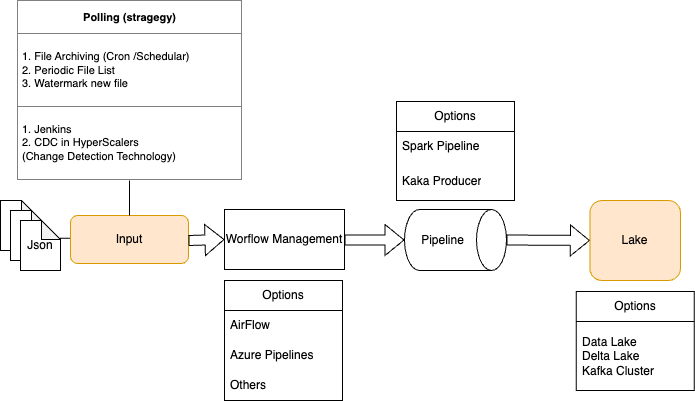
This is architecture2.png from j-thepac/EuroAssignment, a draw.io export, as it was before one commit. Source tidied: cells renumbered, new cells last; positions are measured from the earlier drawing's top-left corner, leaving out a move shared by most shapes. Its diagram source:
```xml
<mxGraphModel>
  <root>
    <mxCell id="0" />
    <mxCell id="1" parent="0" />
    <mxCell id="2" style="endArrow=classic;html=1;rounded=0;entryX=0;entryY=0.5;entryDx=0;entryDy=0;" parent="1" edge="1">
      <mxGeometry relative="1" as="geometry">
        <mxPoint x="20" y="238" as="sourcePoint" />
        <mxPoint x="130" y="237.5" as="targetPoint" />
      </mxGeometry>
    </mxCell>
    <mxCell id="3" style="shape=note;whiteSpace=wrap;html=1;backgroundOutline=1;darkOpacity=0.05;size=19;" parent="1" vertex="1">
      <mxGeometry y="200" width="40" height="50" as="geometry" />
    </mxCell>
    <mxCell id="4" style="shape=note;whiteSpace=wrap;html=1;backgroundOutline=1;darkOpacity=0.05;size=19;" parent="1" vertex="1">
      <mxGeometry x="10" y="210" width="40" height="50" as="geometry" />
    </mxCell>
    <mxCell id="5" value="Json" style="shape=note;whiteSpace=wrap;html=1;backgroundOutline=1;darkOpacity=0.05;size=19;" parent="1" vertex="1">
      <mxGeometry x="20" y="220" width="40" height="50" as="geometry" />
    </mxCell>
    <mxCell id="6" value="Input" style="rounded=1;whiteSpace=wrap;html=1;fillColor=#ffe6cc;strokeColor=#d79b00;" parent="1" vertex="1">
      <mxGeometry x="70" y="215" width="118" height="48" as="geometry" />
    </mxCell>
    <mxCell id="7" style="shape=flexArrow;endArrow=classic;html=1;rounded=0;entryX=0;entryY=0.5;entryDx=0;entryDy=0;exitX=0.5;exitY=0;exitDx=0;exitDy=0;exitPerimeter=0;" parent="1" edge="1" source="17" target="8">
      <mxGeometry relative="1" as="geometry" />
    </mxCell>
    <mxCell id="8" value="Lake" style="rounded=1;whiteSpace=wrap;html=1;fillColor=#ffe6cc;strokeColor=#d79b00;" parent="1" vertex="1">
      <mxGeometry x="589.4" y="200" width="90.6" height="80" as="geometry" />
    </mxCell>
    <mxCell id="9" value="&lt;table border=&quot;1&quot; width=&quot;100%&quot; height=&quot;100%&quot; cellpadding=&quot;4&quot; style=&quot;width: 100%; height: 100%; border-collapse: collapse; font-size: 11px;&quot;&gt;&lt;tbody&gt;&lt;tr&gt;&lt;th align=&quot;center&quot;&gt;&lt;b&gt;&lt;font style=&quot;font-size: 11px;&quot;&gt;Polling (stragegy)&lt;/font&gt;&lt;/b&gt;&lt;/th&gt;&lt;/tr&gt;&lt;tr&gt;&lt;td&gt;&lt;font style=&quot;font-size: 11px;&quot;&gt;1. File Archiving (Cron /Schedular)&amp;nbsp;&lt;br&gt;2. Periodic File List&amp;nbsp;&amp;nbsp;&lt;br&gt;3. Watermark new file&lt;/font&gt;&lt;/td&gt;&lt;/tr&gt;&lt;tr&gt;&lt;td&gt;&lt;font style=&quot;font-size: 11px;&quot;&gt;1. Jenkins&lt;br&gt;2. CDC in HyperScalers&lt;br&gt;(Change Detection Technology)&lt;/font&gt;&lt;/td&gt;&lt;/tr&gt;&lt;/tbody&gt;&lt;/table&gt;" style="text;html=1;whiteSpace=wrap;strokeColor=none;fillColor=none;overflow=fill;" parent="1" vertex="1">
      <mxGeometry x="16.5" width="225" height="180" as="geometry" />
    </mxCell>
    <mxCell id="10" style="endArrow=none;html=1;rounded=0;entryX=0.5;entryY=1;entryDx=0;entryDy=0;exitX=0.5;exitY=0;exitDx=0;exitDy=0;" parent="1" edge="1" source="6" target="9">
      <mxGeometry relative="1" as="geometry" />
    </mxCell>
    <mxCell id="11" style="shape=flexArrow;endArrow=classic;html=1;rounded=0;entryX=0;entryY=0.5;entryDx=0;entryDy=0;" parent="1" edge="1" target="12">
      <mxGeometry relative="1" as="geometry">
        <mxPoint x="188" y="240" as="sourcePoint" />
      </mxGeometry>
    </mxCell>
    <mxCell id="12" value="Worflow Management" style="rounded=0;whiteSpace=wrap;html=1;" parent="1" vertex="1">
      <mxGeometry x="224" y="209" width="120" height="60" as="geometry" />
    </mxCell>
    <mxCell id="13" value="Options" style="swimlane;fontStyle=0;horizontal=1;startSize=30;whiteSpace=wrap;html=1;" parent="1" vertex="1">
      <mxGeometry x="224" y="280" width="118" height="120" as="geometry" />
    </mxCell>
    <mxCell id="14" value="AirFlow" style="text;strokeColor=none;fillColor=none;align=left;verticalAlign=middle;spacingLeft=4;spacingRight=4;overflow=hidden;whiteSpace=wrap;html=1;" parent="13" vertex="1">
      <mxGeometry y="30" width="118" height="30" as="geometry" />
    </mxCell>
    <mxCell id="15" value="Azure Pipelines" style="text;strokeColor=none;fillColor=none;align=left;verticalAlign=middle;spacingLeft=4;spacingRight=4;overflow=hidden;whiteSpace=wrap;html=1;" parent="13" vertex="1">
      <mxGeometry y="60" width="118" height="30" as="geometry" />
    </mxCell>
    <mxCell id="16" value="Others" style="text;strokeColor=none;fillColor=none;align=left;verticalAlign=middle;spacingLeft=4;spacingRight=4;overflow=hidden;whiteSpace=wrap;html=1;" parent="13" vertex="1">
      <mxGeometry y="90" width="118" height="30" as="geometry" />
    </mxCell>
    <mxCell id="17" value="Pipeline" style="shape=cylinder3;whiteSpace=wrap;html=1;boundedLbl=1;backgroundOutline=1;size=15;direction=south;" parent="1" vertex="1">
      <mxGeometry x="404" y="209" width="102" height="61" as="geometry" />
    </mxCell>
    <mxCell id="18" style="shape=flexArrow;endArrow=classic;html=1;rounded=0;entryX=0.5;entryY=1;entryDx=0;entryDy=0;entryPerimeter=0;" parent="1" edge="1" target="17">
      <mxGeometry relative="1" as="geometry">
        <mxPoint x="344" y="239.5" as="sourcePoint" />
      </mxGeometry>
    </mxCell>
    <mxCell id="19" value="Options" style="swimlane;fontStyle=0;horizontal=1;startSize=30;whiteSpace=wrap;html=1;" parent="1" vertex="1">
      <mxGeometry x="396" y="101" width="118" height="99" as="geometry" />
    </mxCell>
    <mxCell id="20" value="Spark Pipeline" style="text;strokeColor=none;fillColor=none;align=left;verticalAlign=middle;spacingLeft=4;spacingRight=4;overflow=hidden;whiteSpace=wrap;html=1;" parent="19" vertex="1">
      <mxGeometry y="30" width="118" height="30" as="geometry" />
    </mxCell>
    <mxCell id="21" value="Kaka Producer" style="text;strokeColor=none;fillColor=none;align=left;verticalAlign=middle;spacingLeft=4;spacingRight=4;overflow=hidden;whiteSpace=wrap;html=1;" parent="19" vertex="1">
      <mxGeometry y="60" width="118" height="39" as="geometry" />
    </mxCell>
    <mxCell id="22" value="Options" style="swimlane;fontStyle=0;horizontal=1;startSize=30;whiteSpace=wrap;html=1;" parent="1" vertex="1">
      <mxGeometry x="575.7" y="291" width="118" height="99" as="geometry" />
    </mxCell>
    <mxCell id="23" value="Data Lake&lt;br&gt;Delta Lake&lt;br&gt;Kafka Cluster" style="text;strokeColor=none;fillColor=none;align=left;verticalAlign=middle;spacingLeft=4;spacingRight=4;overflow=hidden;whiteSpace=wrap;html=1;" parent="22" vertex="1">
      <mxGeometry y="30" width="118" height="69" as="geometry" />
    </mxCell>
  </root>
</mxGraphModel>
```
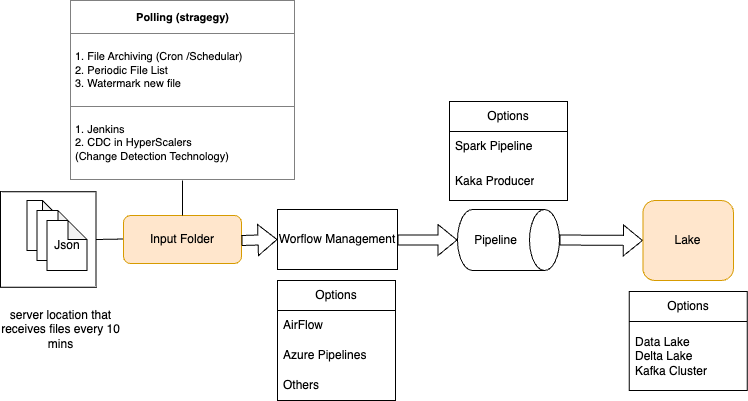
Above is the later version.

Change to the diagram source:
```diff
@@ -1,23 +1,25 @@
-<mxGraphModel>
+<mxGraphModel background="#ffffff">
   <root>
     <mxCell id="0" />
     <mxCell id="1" parent="0" />
+    <mxCell id="24" style="whiteSpace=wrap;html=1;" parent="1" vertex="1">
+      <mxGeometry x="-53" y="191.2" width="95.5" height="95.5" as="geometry" />
+    </mxCell>
-    <mxCell id="2" style="endArrow=classic;html=1;rounded=0;entryX=0;entryY=0.5;entryDx=0;entryDy=0;" parent="1" edge="1">
+    <mxCell id="2" style="endArrow=classic;html=1;rounded=0;entryX=0;entryY=0.5;entryDx=0;entryDy=0;exitX=1;exitY=0.5;exitDx=0;exitDy=0;" parent="1" edge="1" source="24">
       <mxGeometry relative="1" as="geometry">
-        <mxPoint x="20" y="238" as="sourcePoint" />
         <mxPoint x="130" y="237.5" as="targetPoint" />
       </mxGeometry>
     </mxCell>
     <mxCell id="3" style="shape=note;whiteSpace=wrap;html=1;backgroundOutline=1;darkOpacity=0.05;size=19;" parent="1" vertex="1">
-      <mxGeometry y="200" width="40" height="50" as="geometry" />
+      <mxGeometry x="-26.5" y="200" width="34.5" height="50" as="geometry" />
     </mxCell>
     <mxCell id="4" style="shape=note;whiteSpace=wrap;html=1;backgroundOutline=1;darkOpacity=0.05;size=19;" parent="1" vertex="1">
-      <mxGeometry x="10" y="210" width="40" height="50" as="geometry" />
+      <mxGeometry x="-16.5" y="210" width="40" height="50" as="geometry" />
     </mxCell>
     <mxCell id="5" value="Json" style="shape=note;whiteSpace=wrap;html=1;backgroundOutline=1;darkOpacity=0.05;size=19;" parent="1" vertex="1">
-      <mxGeometry x="20" y="220" width="40" height="50" as="geometry" />
+      <mxGeometry x="-6.5" y="220" width="40" height="50" as="geometry" />
     </mxCell>
-    <mxCell id="6" value="Input" style="rounded=1;whiteSpace=wrap;html=1;fillColor=#ffe6cc;strokeColor=#d79b00;" parent="1" vertex="1">
+    <mxCell id="6" value="Input Folder" style="rounded=1;whiteSpace=wrap;html=1;fillColor=#ffe6cc;strokeColor=#d79b00;" parent="1" vertex="1">
       <mxGeometry x="70" y="215" width="118" height="48" as="geometry" />
     </mxCell>
     <mxCell id="7" style="shape=flexArrow;endArrow=classic;html=1;rounded=0;entryX=0;entryY=0.5;entryDx=0;entryDy=0;exitX=0.5;exitY=0;exitDx=0;exitDy=0;exitPerimeter=0;" parent="1" edge="1" source="17" target="8">
@@ -75,5 +77,8 @@
     <mxCell id="23" value="Data Lake&lt;br&gt;Delta Lake&lt;br&gt;Kafka Cluster" style="text;strokeColor=none;fillColor=none;align=left;verticalAlign=middle;spacingLeft=4;spacingRight=4;overflow=hidden;whiteSpace=wrap;html=1;" parent="22" vertex="1">
       <mxGeometry y="30" width="118" height="69" as="geometry" />
     </mxCell>
+    <mxCell id="25" value="server location that receives files every 10 mins" style="text;html=1;strokeColor=none;fillColor=none;align=center;verticalAlign=middle;whiteSpace=wrap;rounded=0;" parent="1" vertex="1">
+      <mxGeometry x="-53" y="297" width="121" height="63" as="geometry" />
+    </mxCell>
   </root>
 </mxGraphModel>
```
